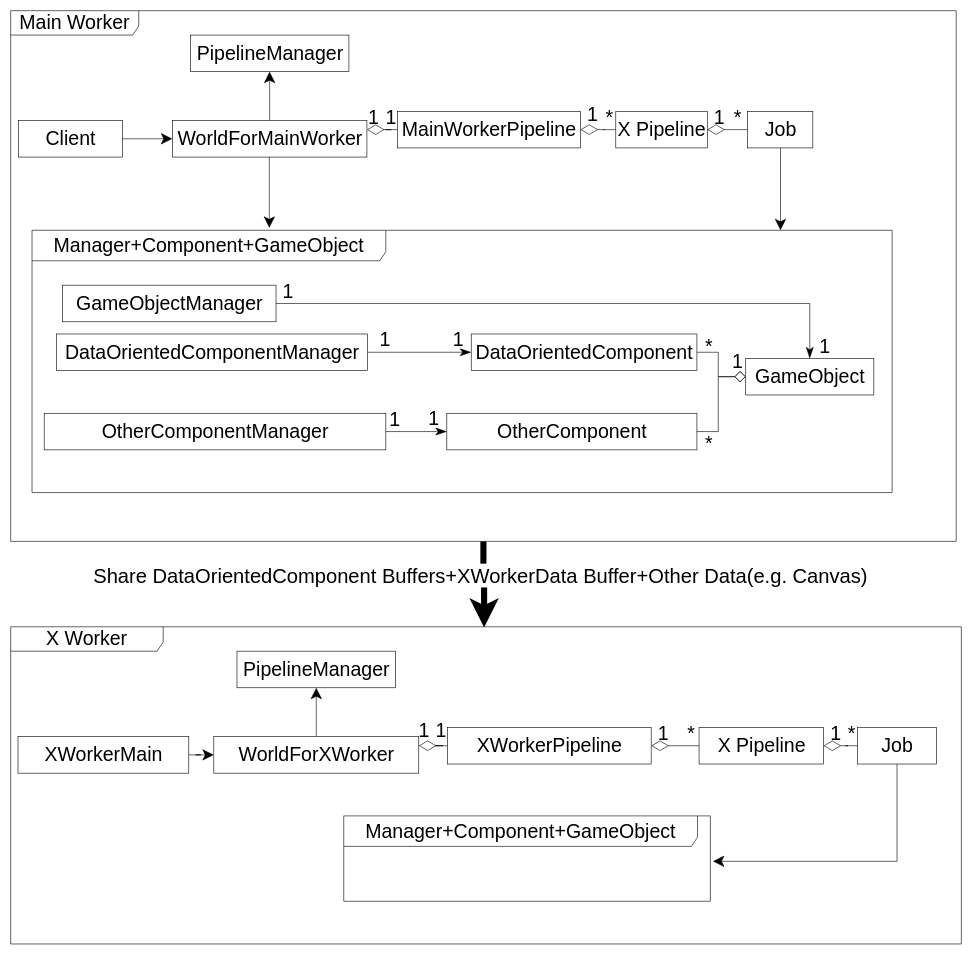
Before: packages/多线程模式/role_abstract/类图.drawio in yyc-git/3DProgramPattern, a draw.io diagram. Source tidied: cells renumbered, new cells numbered last; positions are measured from the earlier drawing's top-left corner, leaving out a move shared by most shapes. Both pictures are drawn from the tidied source at 61%, with x=0, y=0 at pixel (10, 10).
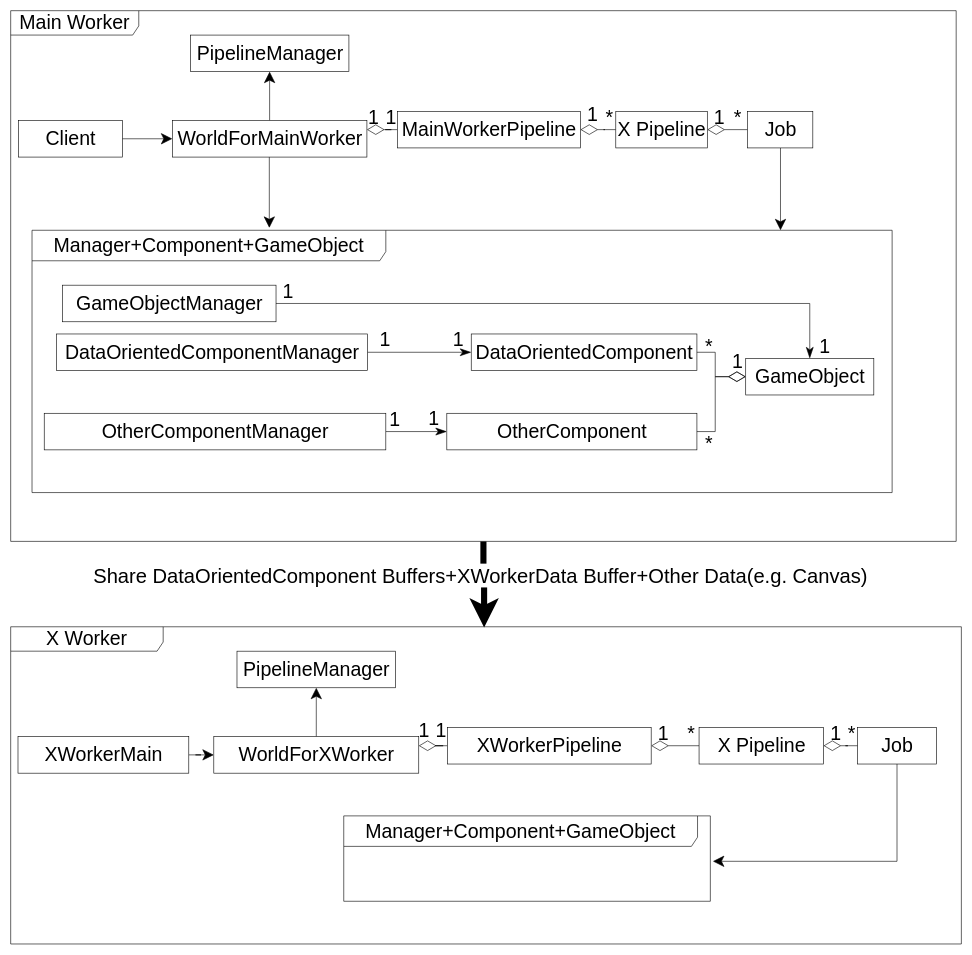
The same diagram, later.

The change refers to these unchanged cells:
```xml
<mxCell id="30" value="DataOrientedComponent" style="html=1;fontSize=32;" parent="1" vertex="1">
  <mxGeometry x="755" y="530" width="370" height="60" as="geometry" />
</mxCell>
<mxCell id="33" value="OtherComponent" style="html=1;fontSize=32;" parent="1" vertex="1">
  <mxGeometry x="715" y="660" width="410" height="60" as="geometry" />
</mxCell>
<mxCell id="36" value="GameObject" style="html=1;fontSize=32;" parent="1" vertex="1">
  <mxGeometry x="1205" y="570" width="210" height="60" as="geometry" />
</mxCell>
```

Change to the diagram source:
```diff
@@
-    <mxCell id="34" style="edgeStyle=orthogonalEdgeStyle;rounded=0;jettySize=auto;html=1;entryX=1;entryY=0.5;entryDx=0;entryDy=0;startArrow=diamond;startFill=0;endArrow=none;endFill=0;startSize=16;endSize=16;" parent="1" edge="1" source="36" target="30">
+    <mxCell id="34" style="edgeStyle=orthogonalEdgeStyle;rounded=0;jettySize=auto;html=1;entryX=1;entryY=0.5;entryDx=0;entryDy=0;startArrow=diamondThin;startFill=0;endArrow=none;endFill=0;startSize=26;endSize=26;" parent="1" edge="1" source="36" target="30">
       <mxGeometry relative="1" as="geometry" />
     </mxCell>
-    <mxCell id="35" style="edgeStyle=orthogonalEdgeStyle;rounded=0;jettySize=auto;html=1;entryX=1;entryY=0.5;entryDx=0;entryDy=0;startArrow=diamond;startFill=0;endArrow=none;endFill=0;startSize=16;endSize=16;" parent="1" edge="1" source="36" target="33">
+    <mxCell id="35" style="edgeStyle=orthogonalEdgeStyle;rounded=0;jettySize=auto;html=1;entryX=1;entryY=0.5;entryDx=0;entryDy=0;startArrow=diamondThin;startFill=0;endArrow=none;endFill=0;startSize=26;endSize=26;" parent="1" edge="1" source="36" target="33">
       <mxGeometry relative="1" as="geometry" />
     </mxCell>
```
